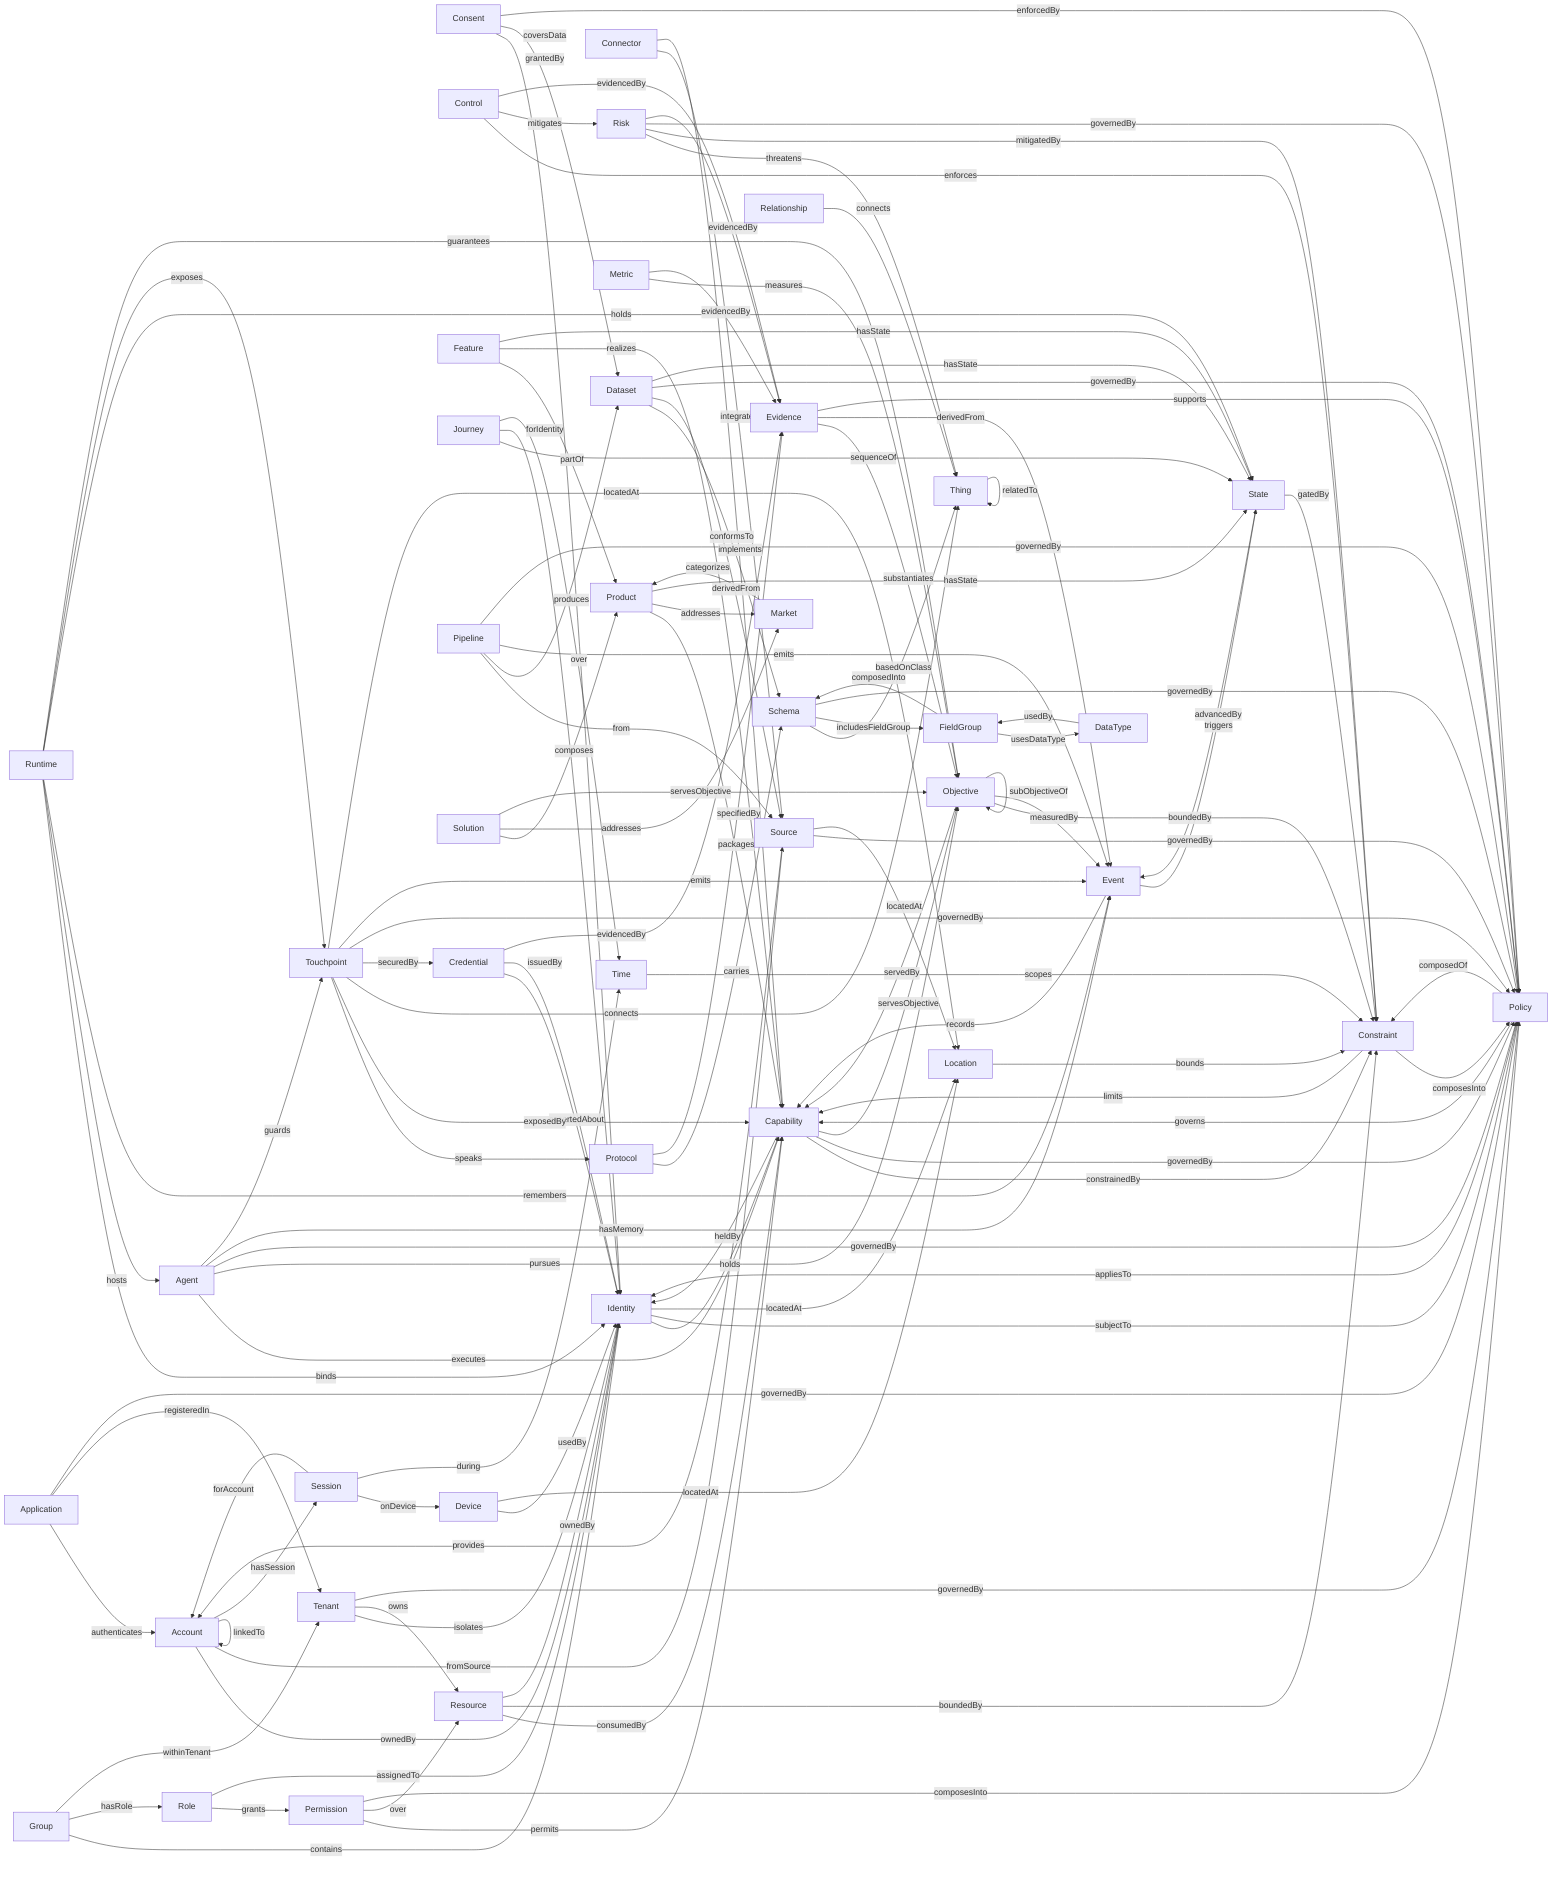
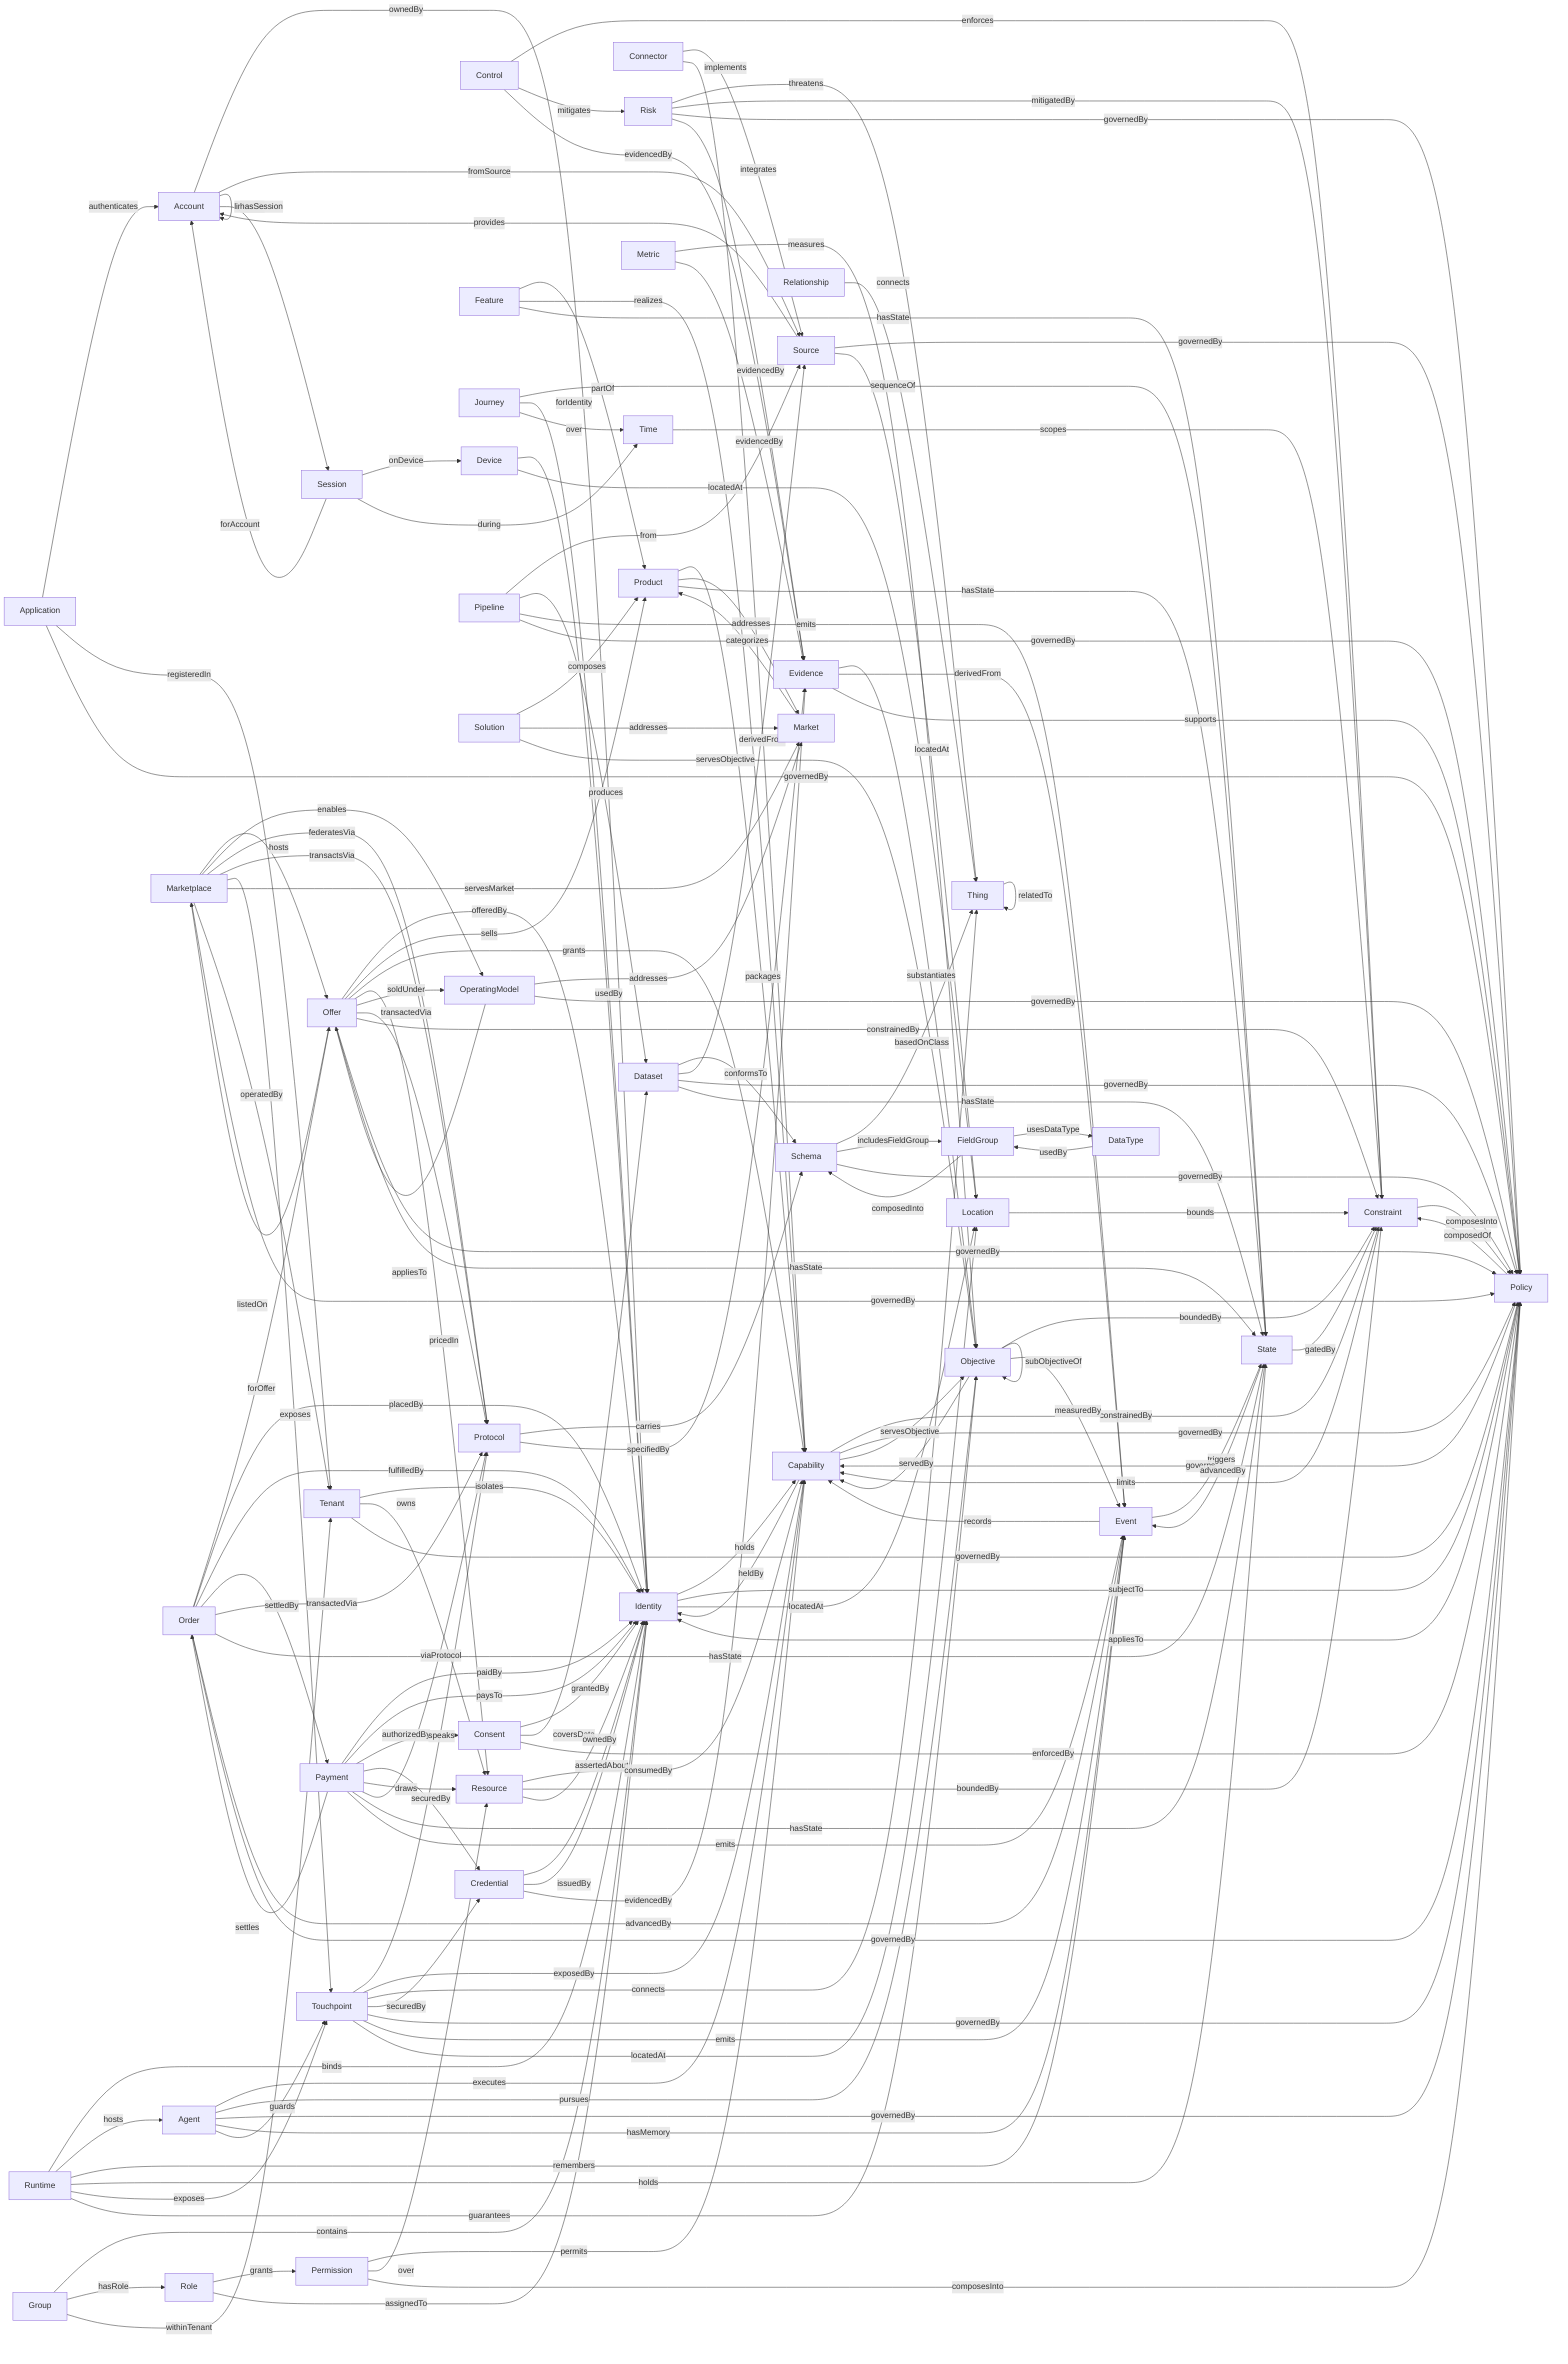
graph LR
  Account -->|ownedBy| Identity
  Account -->|fromSource| Source
  Account -->|linkedTo| Account
  Account -->|hasSession| Session
  Agent -->|executes| Capability
  Agent -->|pursues| Objective
  Agent -->|governedBy| Policy
  Agent -->|hasMemory| Event
  Agent -->|guards| Touchpoint
  Application -->|authenticates| Account
  Application -->|registeredIn| Tenant
  Application -->|governedBy| Policy
  Capability -->|heldBy| Identity
  Capability -->|constrainedBy| Constraint
  Capability -->|governedBy| Policy
  Capability -->|servesObjective| Objective
  Connector -->|integrates| Source
  Connector -->|implements| Capability
  Consent -->|grantedBy| Identity
  Consent -->|coversData| Dataset
  Consent -->|enforcedBy| Policy
  Constraint -->|composesInto| Policy
  Constraint -->|limits| Capability
  Control -->|enforces| Constraint
  Control -->|mitigates| Risk
  Control -->|evidencedBy| Evidence
  Credential -->|assertedAbout| Identity
  Credential -->|issuedBy| Identity
  Credential -->|evidencedBy| Evidence
  DataType -->|usedBy| FieldGroup
  Dataset -->|conformsTo| Schema
  Dataset -->|derivedFrom| Source
  Dataset -->|governedBy| Policy
  Dataset -->|hasState| State
  Device -->|usedBy| Identity
  Device -->|locatedAt| Location
  Event -->|records| Capability
  Event -->|triggers| State
  Evidence -->|substantiates| Objective
  Evidence -->|derivedFrom| Event
  Evidence -->|supports| Policy
  Feature -->|partOf| Product
  Feature -->|realizes| Capability
  Feature -->|hasState| State
  FieldGroup -->|usesDataType| DataType
  FieldGroup -->|composedInto| Schema
  Group -->|contains| Identity
  Group -->|hasRole| Role
  Group -->|withinTenant| Tenant
  Identity -->|holds| Capability
  Identity -->|subjectTo| Policy
  Identity -->|locatedAt| Location
  Journey -->|sequenceOf| State
  Journey -->|forIdentity| Identity
  Journey -->|over| Time
  Location -->|bounds| Constraint
+   Marketplace -->|hosts| Offer
+   Marketplace -->|enables| OperatingModel
+   Marketplace -->|federatesVia| Protocol
+   Marketplace -->|transactsVia| Protocol
+   Marketplace -->|exposes| Touchpoint
+   Marketplace -->|servesMarket| Market
+   Marketplace -->|operatedBy| Tenant
+   Marketplace -->|governedBy| Policy
  Market -->|categorizes| Product
  Metric -->|measures| Objective
  Metric -->|evidencedBy| Evidence
  Objective -->|servedBy| Capability
  Objective -->|boundedBy| Constraint
  Objective -->|measuredBy| Event
  Objective -->|subObjectiveOf| Objective
+   Offer -->|offeredBy| Identity
+   Offer -->|sells| Product
+   Offer -->|grants| Capability
+   Offer -->|pricedIn| Resource
+   Offer -->|listedOn| Marketplace
+   Offer -->|soldUnder| OperatingModel
+   Offer -->|transactedVia| Protocol
+   Offer -->|constrainedBy| Constraint
+   Offer -->|governedBy| Policy
+   Offer -->|hasState| State
+   OperatingModel -->|addresses| Market
+   OperatingModel -->|governedBy| Policy
+   OperatingModel -->|appliesTo| Offer
+   Order -->|forOffer| Offer
+   Order -->|placedBy| Identity
+   Order -->|fulfilledBy| Identity
+   Order -->|settledBy| Payment
+   Order -->|transactedVia| Protocol
+   Order -->|hasState| State
+   Order -->|advancedBy| Event
+   Order -->|governedBy| Policy
+   Payment -->|settles| Order
+   Payment -->|paidBy| Identity
+   Payment -->|paysTo| Identity
+   Payment -->|authorizedBy| Consent
+   Payment -->|securedBy| Credential
+   Payment -->|draws| Resource
+   Payment -->|viaProtocol| Protocol
+   Payment -->|hasState| State
+   Payment -->|emits| Event
  Permission -->|permits| Capability
  Permission -->|over| Resource
  Permission -->|composesInto| Policy
  Pipeline -->|from| Source
  Pipeline -->|produces| Dataset
  Pipeline -->|emits| Event
  Pipeline -->|governedBy| Policy
  Policy -->|composedOf| Constraint
  Policy -->|governs| Capability
  Policy -->|appliesTo| Identity
  Product -->|packages| Capability
  Product -->|addresses| Market
  Product -->|hasState| State
  Protocol -->|carries| Schema
  Protocol -->|specifiedBy| Evidence
  Relationship -->|connects| Thing
  Resource -->|consumedBy| Capability
  Resource -->|boundedBy| Constraint
  Resource -->|ownedBy| Identity
  Risk -->|threatens| Thing
  Risk -->|mitigatedBy| Constraint
  Risk -->|governedBy| Policy
  Risk -->|evidencedBy| Evidence
  Role -->|grants| Permission
  Role -->|assignedTo| Identity
  Runtime -->|binds| Identity
  Runtime -->|hosts| Agent
  Runtime -->|remembers| Event
  Runtime -->|holds| State
  Runtime -->|exposes| Touchpoint
  Runtime -->|guarantees| Objective
  Schema -->|basedOnClass| Thing
  Schema -->|includesFieldGroup| FieldGroup
  Schema -->|governedBy| Policy
  Session -->|forAccount| Account
  Session -->|onDevice| Device
  Session -->|during| Time
  Solution -->|composes| Product
  Solution -->|addresses| Market
  Solution -->|servesObjective| Objective
  Source -->|provides| Account
  Source -->|governedBy| Policy
  Source -->|locatedAt| Location
  State -->|advancedBy| Event
  State -->|gatedBy| Constraint
  Tenant -->|isolates| Identity
  Tenant -->|owns| Resource
  Tenant -->|governedBy| Policy
  Thing -->|relatedTo| Thing
  Time -->|scopes| Constraint
  Touchpoint -->|speaks| Protocol
  Touchpoint -->|exposedBy| Capability
  Touchpoint -->|connects| Thing
  Touchpoint -->|securedBy| Credential
  Touchpoint -->|governedBy| Policy
  Touchpoint -->|emits| Event
  Touchpoint -->|locatedAt| Location
